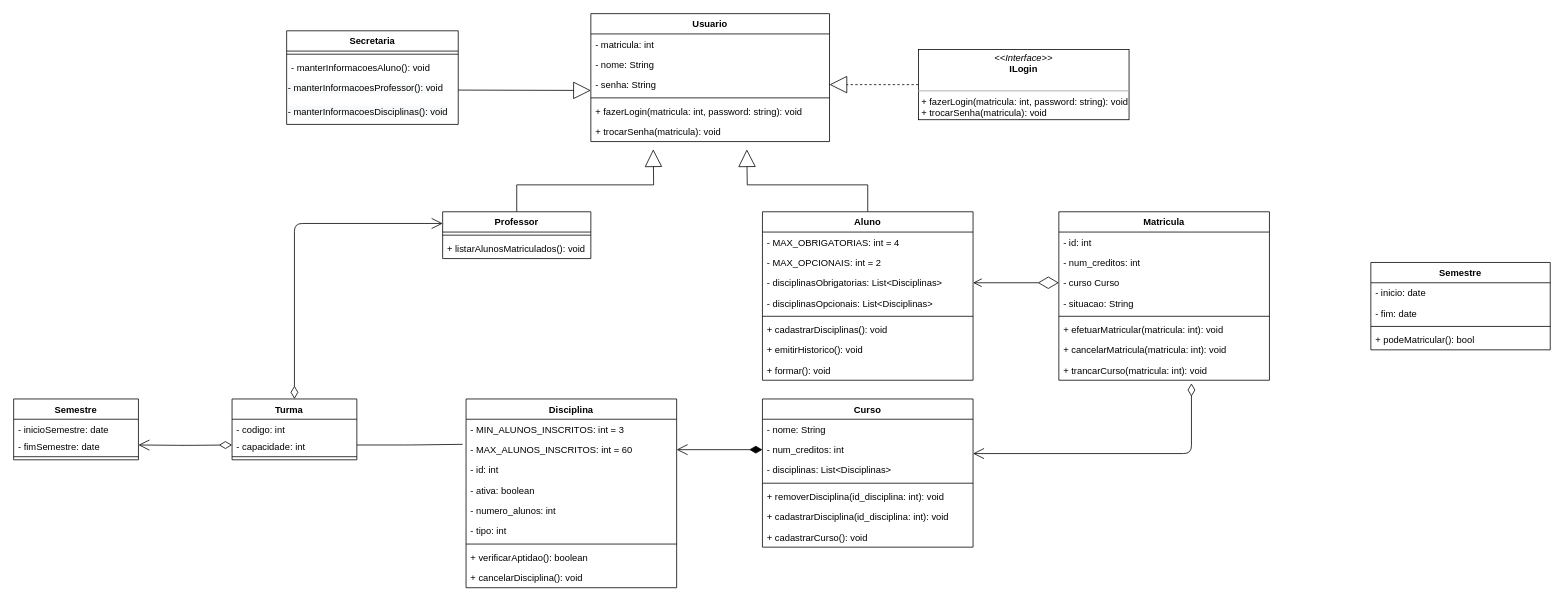
Before: DIAGRAMA_CLASSE.drawio in joeyclapton/projeto, a draw.io diagram. Source tidied: cells renumbered, new cells numbered last; positions are measured from the earlier drawing's top-left corner, leaving out a move shared by most shapes. Both pictures are drawn from the tidied source at 78%, with x=0, y=0 at pixel (13, 13).
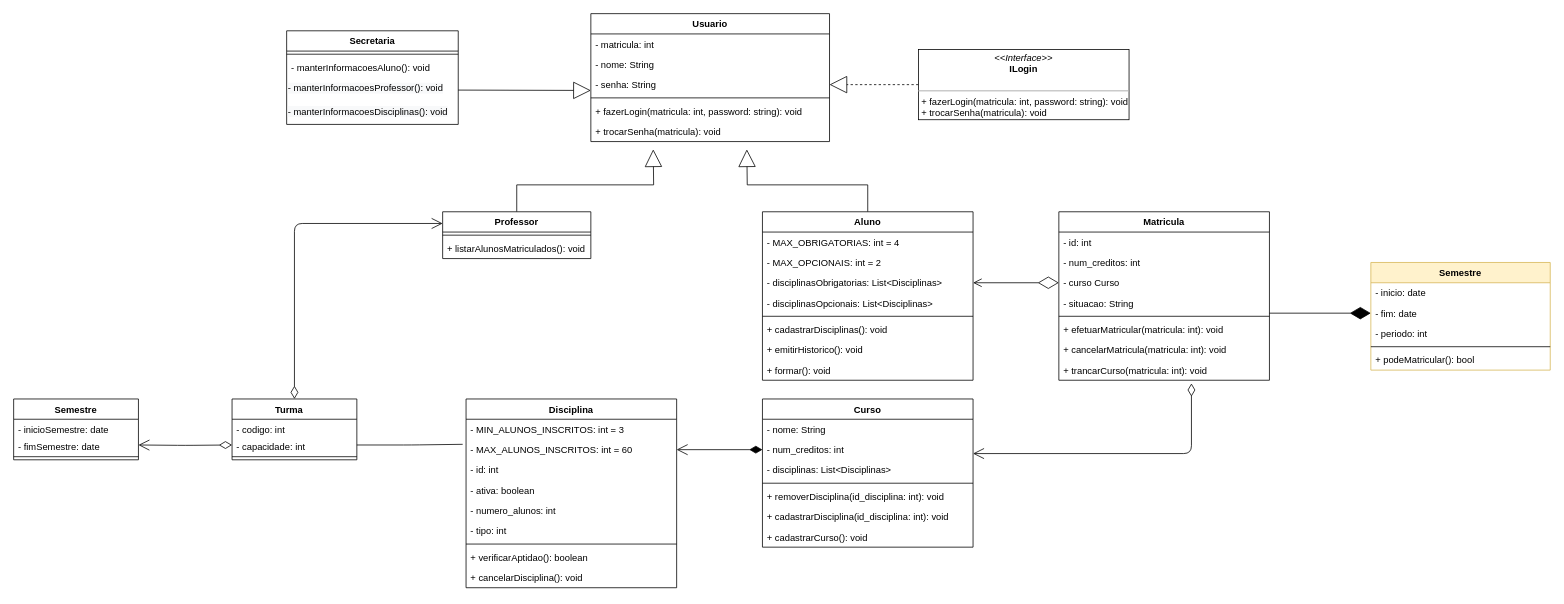
The same diagram, later.

The change refers to these unchanged cells:
```xml
<mxCell id="74" value="- fim: date&#10;" style="text;strokeColor=none;fillColor=none;align=left;verticalAlign=top;spacingLeft=4;spacingRight=4;overflow=hidden;points=[[0,0.5],[1,0.5]];portConstraint=eastwest;" parent="72" vertex="1">
  <mxGeometry y="52" width="230" height="26" as="geometry" />
</mxCell>
```

Change to the diagram source:
```diff
@@
-    <mxCell id="72" value="Semestre" style="swimlane;fontStyle=1;align=center;verticalAlign=top;horizontal=1;startSize=26;" parent="1" vertex="1">
-      <mxGeometry x="1740" y="319" width="230" height="112" as="geometry" />
+    <mxCell id="72" value="Semestre" style="swimlane;fontStyle=1;align=center;verticalAlign=top;horizontal=1;startSize=26;fillColor=#fff2cc;strokeColor=#d6b656;" parent="1" vertex="1">
+      <mxGeometry x="1740" y="319" width="230" height="138" as="geometry" />
     </mxCell>
@@
+    <mxCell id="77" value="- periodo: int&#10;" style="text;strokeColor=none;fillColor=none;align=left;verticalAlign=top;spacingLeft=4;spacingRight=4;overflow=hidden;" parent="72" vertex="1">
+      <mxGeometry y="78" width="230" height="26" as="geometry" />
+    </mxCell>
     <mxCell id="75" style="line;strokeWidth=1;fillColor=none;align=left;verticalAlign=middle;spacingTop=-1;spacingLeft=3;spacingRight=3;labelPosition=right;" parent="72" vertex="1">
-      <mxGeometry y="78" width="230" height="8" as="geometry" />
+      <mxGeometry y="104" width="230" height="8" as="geometry" />
     </mxCell>
     <mxCell id="76" value="+ podeMatricular(): bool" style="text;strokeColor=none;fillColor=none;align=left;verticalAlign=top;spacingLeft=4;spacingRight=4;overflow=hidden;" parent="72" vertex="1">
-      <mxGeometry y="86" width="230" height="26" as="geometry" />
+      <mxGeometry y="112" width="230" height="26" as="geometry" />
     </mxCell>
+    <mxCell id="78" style="endArrow=diamondThin;endFill=1;endSize=24;html=1;entryX=0;entryY=0.5;entryDx=0;entryDy=0;" parent="1" edge="1" target="74">
+      <mxGeometry relative="1" as="geometry">
+        <mxPoint x="1610" y="384" as="sourcePoint" />
+      </mxGeometry>
+    </mxCell>
```
